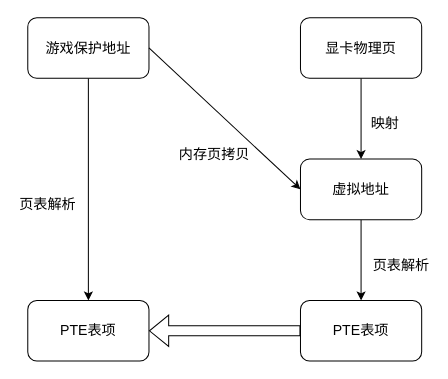
The draw.io diagram testDirectory/PTE替换.drawio in Moose1273/-, before the edit. Source tidied: cells renumbered, new cells numbered last; positions are measured from the earlier drawing's top-left corner, leaving out a move shared by most shapes. Both pictures are drawn from the tidied source at 101%, with x=0, y=0 at pixel (17, 17).
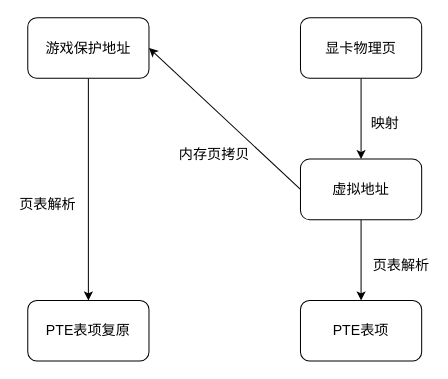
After the change.

Diff of the diagram source:
```diff
@@
 <mxGraphModel>
   <root>
     <mxCell id="0" />
     <mxCell id="1" parent="0" />
     <mxCell id="2" style="edgeStyle=orthogonalEdgeStyle;rounded=0;jettySize=auto;html=1;fontSize=14;" parent="1" edge="1" source="3" target="10">
       <mxGeometry relative="1" as="geometry" />
     </mxCell>
     <mxCell id="3" value="游戏保护地址" style="rounded=1;whiteSpace=wrap;html=1;fontSize=14;" parent="1" vertex="1">
       <mxGeometry x="10" width="120" height="60" as="geometry" />
     </mxCell>
     <mxCell id="4" style="edgeStyle=orthogonalEdgeStyle;rounded=0;jettySize=auto;html=1;fontSize=14;" parent="1" edge="1" source="5" target="7">
       <mxGeometry relative="1" as="geometry" />
     </mxCell>
     <mxCell id="5" value="显卡物理页" style="rounded=1;whiteSpace=wrap;html=1;fontSize=14;" parent="1" vertex="1">
       <mxGeometry x="280" width="120" height="60" as="geometry" />
     </mxCell>
     <mxCell id="6" style="edgeStyle=orthogonalEdgeStyle;rounded=0;jettySize=auto;html=1;fontSize=14;" parent="1" edge="1" source="7" target="8">
       <mxGeometry relative="1" as="geometry" />
     </mxCell>
     <mxCell id="7" value="虚拟地址" style="whiteSpace=wrap;html=1;rounded=1;fontSize=14;" parent="1" vertex="1">
       <mxGeometry x="280" y="140" width="120" height="60" as="geometry" />
     </mxCell>
     <mxCell id="8" value="PTE表项" style="whiteSpace=wrap;html=1;rounded=1;fontSize=14;" parent="1" vertex="1">
       <mxGeometry x="280" y="280" width="120" height="60" as="geometry" />
     </mxCell>
     <mxCell id="9" value="映射" style="text;html=1;whiteSpace=wrap;strokeColor=none;fillColor=none;align=center;verticalAlign=middle;rounded=0;fontSize=14;" parent="1" vertex="1">
       <mxGeometry x="334" y="90" width="60" height="30" as="geometry" />
     </mxCell>
-    <mxCell id="10" value="PTE表项" style="whiteSpace=wrap;html=1;rounded=1;fontSize=14;" parent="1" vertex="1">
+    <mxCell id="10" value="PTE表项复原" style="whiteSpace=wrap;html=1;rounded=1;fontSize=14;" parent="1" vertex="1">
       <mxGeometry x="10" y="280" width="120" height="60" as="geometry" />
     </mxCell>
-    <mxCell id="11" style="shape=flexArrow;endArrow=classic;html=1;rounded=0;exitX=0;exitY=0.5;exitDx=0;exitDy=0;entryX=1;entryY=0.5;entryDx=0;entryDy=0;fontSize=14;" parent="1" edge="1" source="8" target="10">
-      <mxGeometry relative="1" as="geometry" />
-    </mxCell>
-    <mxCell id="12" style="endArrow=classic;html=1;rounded=0;exitX=1;exitY=0.5;exitDx=0;exitDy=0;entryX=0;entryY=0.5;entryDx=0;entryDy=0;fontSize=14;" parent="1" edge="1" source="3" target="7">
+    <mxCell id="12" style="endArrow=classic;html=1;rounded=0;exitX=0;exitY=0.5;exitDx=0;exitDy=0;entryX=1;entryY=0.5;entryDx=0;entryDy=0;fontSize=14;" parent="1" edge="1" source="7" target="3">
       <mxGeometry relative="1" as="geometry" />
     </mxCell>
     <mxCell id="13" value="内存页拷贝" style="text;html=1;whiteSpace=wrap;strokeColor=none;fillColor=none;align=center;verticalAlign=middle;rounded=0;fontSize=14;" parent="1" vertex="1">
       <mxGeometry x="150" y="120" width="90" height="30" as="geometry" />
     </mxCell>
     <mxCell id="14" value="页表解析" style="text;html=1;whiteSpace=wrap;strokeColor=none;fillColor=none;align=center;verticalAlign=middle;rounded=0;fontSize=14;" parent="1" vertex="1">
       <mxGeometry y="170" width="60" height="30" as="geometry" />
     </mxCell>
     <mxCell id="15" value="页表解析" style="text;html=1;whiteSpace=wrap;strokeColor=none;fillColor=none;align=center;verticalAlign=middle;rounded=0;fontSize=14;" parent="1" vertex="1">
       <mxGeometry x="350" y="230" width="60" height="30" as="geometry" />
     </mxCell>
   </root>
 </mxGraphModel>
```
